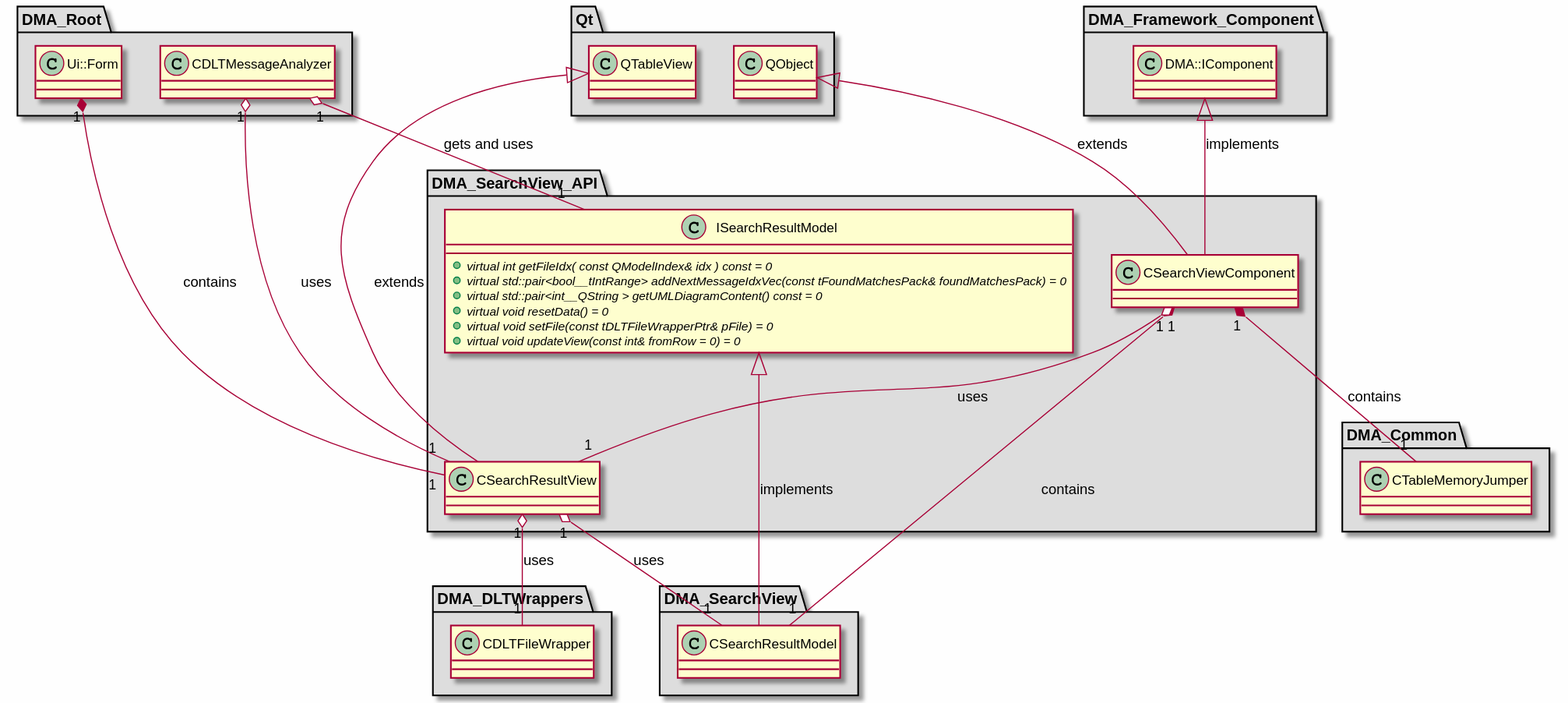
Earlier version of the PlantUML export md/dev_docs/puml/DMA_SearchView_API.svg (svlad-90/DLT-Message-Analyzer).
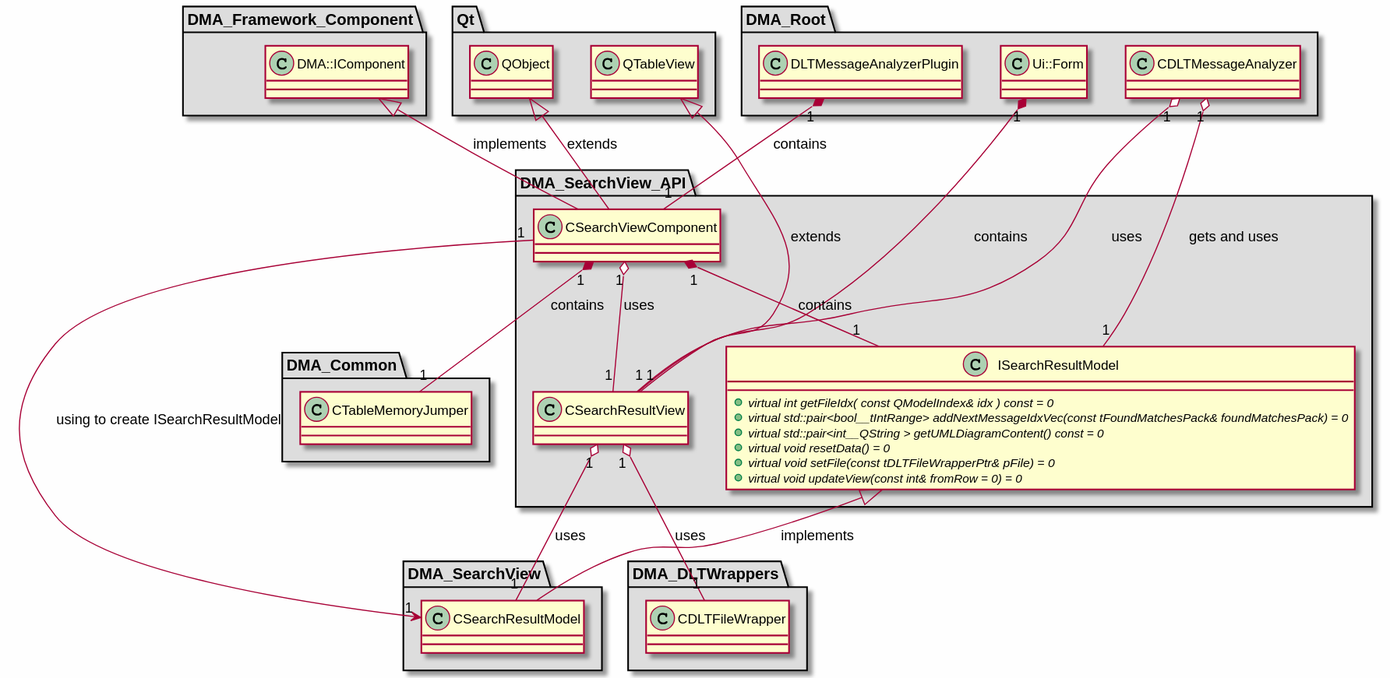
Later version of the same file.

Diff of the diagram source:
```diff
@@ -33,6 +33,10 @@
 {
 
 class "CDLTMessageAnalyzer"
+{
+}
+
+class "DLTMessageAnalyzerPlugin"
 {
 }
 
@@ -94,11 +98,13 @@
 
 CDLTMessageAnalyzer "1" o-- "1" CSearchResultView : uses
 CDLTMessageAnalyzer "1" o-- "1" ISearchResultModel : gets and uses
+DLTMessageAnalyzerPlugin "1" *-- "1" CSearchViewComponent : contains
 Ui::Form "1" *-- "1" CSearchResultView : contains
 CSearchResultView "1" o-- "1" CDLTFileWrapper : uses
 CSearchResultView "1" o-- "1" CSearchResultModel : uses
-CSearchViewComponent "1" *-- "1" CSearchResultModel : contains
+CSearchViewComponent "1" --> "1" CSearchResultModel : using to create ISearchResultModel
 CSearchViewComponent "1" o-- "1" CSearchResultView : uses
 CSearchViewComponent "1" *-- "1" CTableMemoryJumper : contains
+CSearchViewComponent "1" *-- "1" ISearchResultModel : contains
 
 @enduml
```
